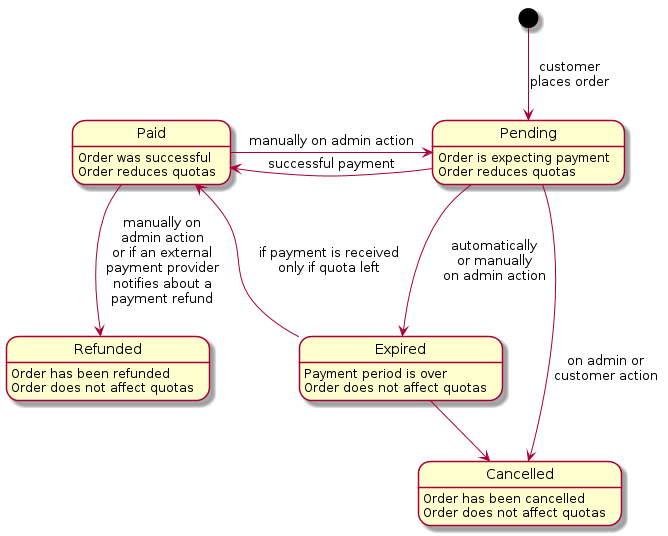
The PlantUML diagram doc/images/order_states.png in pretix/pretix, before a commit. Source of this version:
```plantuml
@startuml

Pending: Order is expecting payment\nOrder reduces quotas
Expired: Payment period is over\nOrder does not affect quotas
Paid: Order was successful\nOrder reduces quotas
Cancelled: Order has been cancelled\nOrder does not affect quotas
Refunded: Order has been refunded\nOrder does not affect quotas

[*] --> Pending: customer\nplaces order
Pending --> Paid: successful payment
Pending --> Expired: automatically\nor manually\non admin action
Expired --> Paid: if payment is received\nonly if quota left
Expired --> Cancelled
Paid --> Refunded: manually on\nadmin action\nor if an external\npayment provider\nnotifies about a\npayment refund
Pending --> Cancelled: on admin or\ncustomer action
Paid -> Pending: manually on admin action

@enduml
```
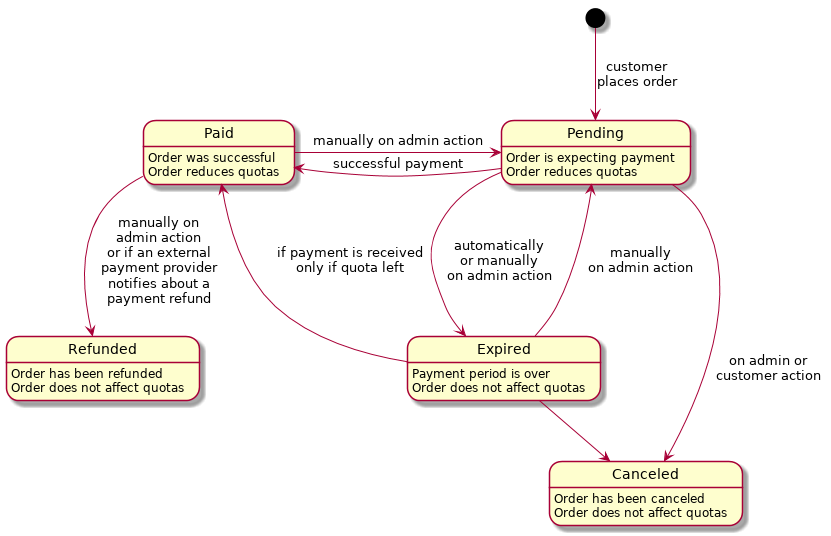
The same diagram one commit later.

Commit message:
Added admin action to make an expired order pending again

The edit, as a diff of the source:
```diff
@@ -3,16 +3,17 @@
 Pending: Order is expecting payment\nOrder reduces quotas
 Expired: Payment period is over\nOrder does not affect quotas
 Paid: Order was successful\nOrder reduces quotas
-Cancelled: Order has been cancelled\nOrder does not affect quotas
+Canceled: Order has been canceled\nOrder does not affect quotas
 Refunded: Order has been refunded\nOrder does not affect quotas
 
 [*] --> Pending: customer\nplaces order
 Pending --> Paid: successful payment
 Pending --> Expired: automatically\nor manually\non admin action
 Expired --> Paid: if payment is received\nonly if quota left
-Expired --> Cancelled
+Expired --> Canceled
+Expired --> Pending: manually\non admin action
 Paid --> Refunded: manually on\nadmin action\nor if an external\npayment provider\nnotifies about a\npayment refund
-Pending --> Cancelled: on admin or\ncustomer action
+Pending --> Canceled: on admin or\ncustomer action
 Paid -> Pending: manually on admin action
 
 @enduml
```
